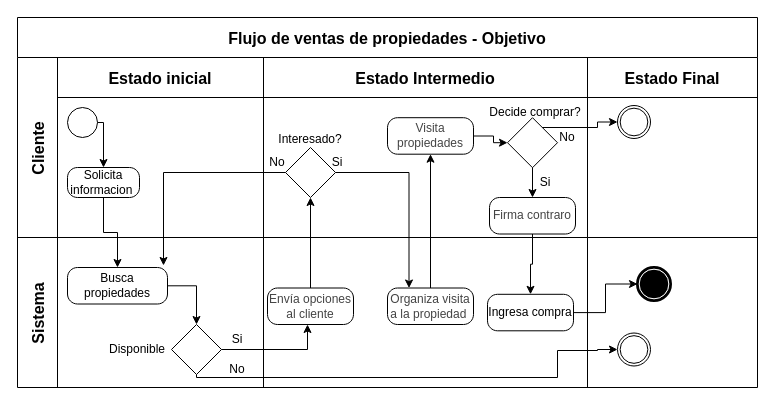
Earlier version of the draw.io diagram page "Ventas - objetivo" (2 of 6) of 1. Planear/Urbanos.drawio (SamuelMarinTobon/Urbani). Source tidied: cells renumbered, new cells numbered last; positions are measured from the earlier drawing's top-left corner, leaving out a move shared by most shapes. Both pictures are drawn from the tidied source at 100%, with x=0, y=0 at pixel (17, 17).
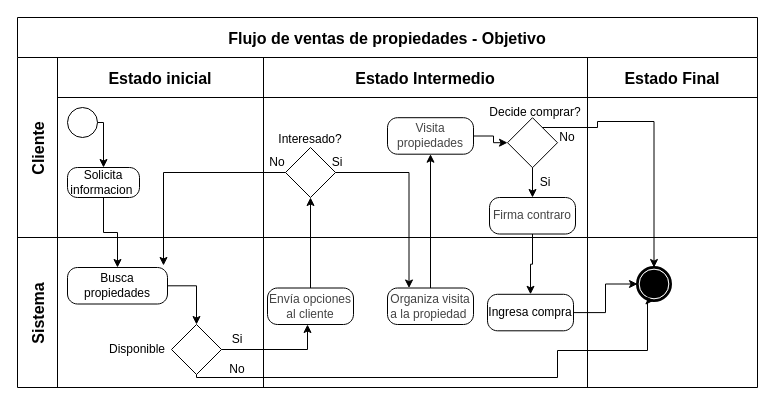
After the change.

The change refers to these unchanged cells:
```xml
<mxCell id="2" value="Flujo de ventas de propiedades - Objetivo" style="shape=table;childLayout=tableLayout;startSize=40;fontSize=16;fontStyle=1;" parent="1" vertex="1">
  <mxGeometry width="740" height="370" as="geometry" />
</mxCell>
<mxCell id="3" value="Cliente" style="shape=tableRow;horizontal=0;swimlaneHead=0;swimlaneBody=0;top=0;left=0;strokeColor=inherit;bottom=0;right=0;fontStyle=1;fillColor=none;startSize=40;fontSize=16;" parent="2" vertex="1">
  <mxGeometry y="40" width="740" height="180" as="geometry" />
</mxCell>
<mxCell id="14" style="points=[[0.25,0.25,0],[0.5,0,0],[0.75,0.25,0],[1,0.5,0],[0.75,0.75,0],[0.5,1,0],[0.25,0.75,0],[0,0.5,0]];shape=mxgraph.bpmn.gateway2;html=1;verticalLabelPosition=bottom;labelBackgroundColor=#ffffff;verticalAlign=top;align=center;perimeter=rhombusPerimeter;outlineConnect=0;outline=none;symbol=none;" parent="8" vertex="1">
  <mxGeometry x="244" y="60.2" width="50" height="50" as="geometry" />
</mxCell>
<mxCell id="21" value="Estado Final" style="swimlane;swimlaneHead=0;swimlaneBody=0;fontStyle=1;strokeColor=inherit;fillColor=none;startSize=40;fontSize=16;" parent="3" vertex="1">
  <mxGeometry x="570" width="170" height="180" as="geometry" />
</mxCell>
<mxCell id="24" value="Sistema" style="shape=tableRow;horizontal=0;swimlaneHead=0;swimlaneBody=0;top=0;left=0;strokeColor=inherit;bottom=0;right=0;fontStyle=1;fillColor=none;startSize=40;fontSize=16;" parent="2" vertex="1">
  <mxGeometry y="220" width="740" height="150" as="geometry" />
</mxCell>
<mxCell id="28" style="points=[[0.25,0.25,0],[0.5,0,0],[0.75,0.25,0],[1,0.5,0],[0.75,0.75,0],[0.5,1,0],[0.25,0.75,0],[0,0.5,0]];shape=mxgraph.bpmn.gateway2;html=1;verticalLabelPosition=bottom;labelBackgroundColor=#ffffff;verticalAlign=top;align=center;perimeter=rhombusPerimeter;outlineConnect=0;outline=none;symbol=none;" parent="25" vertex="1">
  <mxGeometry x="114" y="87" width="50" height="50" as="geometry" />
</mxCell>
<mxCell id="36" style="swimlane;swimlaneHead=0;swimlaneBody=0;fontStyle=1;strokeColor=inherit;fillColor=none;startSize=0;fontSize=16;" parent="24" vertex="1">
  <mxGeometry x="570" width="170" height="150" as="geometry" />
</mxCell>
<mxCell id="38" style="points=[[0.145,0.145,0],[0.5,0,0],[0.855,0.145,0],[1,0.5,0],[0.855,0.855,0],[0.5,1,0],[0.145,0.855,0],[0,0.5,0]];shape=mxgraph.bpmn.event;html=1;verticalLabelPosition=bottom;labelBackgroundColor=#ffffff;verticalAlign=top;align=center;perimeter=ellipsePerimeter;outlineConnect=0;outline=end;symbol=terminate;" parent="36" vertex="1">
  <mxGeometry x="50" y="30" width="33" height="33" as="geometry" />
</mxCell>
```

The edit, as a diff of the source:
```diff
@@
-    <mxCell id="22" style="points=[[0.145,0.145,0],[0.5,0,0],[0.855,0.145,0],[1,0.5,0],[0.855,0.855,0],[0.5,1,0],[0.145,0.855,0],[0,0.5,0]];shape=mxgraph.bpmn.event;html=1;verticalLabelPosition=bottom;labelBackgroundColor=#ffffff;verticalAlign=top;align=center;perimeter=ellipsePerimeter;outlineConnect=0;outline=throwing;symbol=general;" parent="21" vertex="1">
-      <mxGeometry x="30" y="48" width="33" height="33" as="geometry" />
-    </mxCell>
-    <mxCell id="23" style="edgeStyle=orthogonalEdgeStyle;rounded=0;jettySize=auto;html=1;entryX=0;entryY=0.5;entryDx=0;entryDy=0;entryPerimeter=0;" parent="3" edge="1" source="14" target="22">
-      <mxGeometry relative="1" as="geometry">
-        <Array as="points">
-          <mxPoint x="580" y="70" />
-          <mxPoint x="580" y="64" />
-        </Array>
-      </mxGeometry>
-    </mxCell>
@@
-    <mxCell id="37" style="points=[[0.145,0.145,0],[0.5,0,0],[0.855,0.145,0],[1,0.5,0],[0.855,0.855,0],[0.5,1,0],[0.145,0.855,0],[0,0.5,0]];shape=mxgraph.bpmn.event;html=1;verticalLabelPosition=bottom;labelBackgroundColor=#ffffff;verticalAlign=top;align=center;perimeter=ellipsePerimeter;outlineConnect=0;outline=throwing;symbol=general;" parent="36" vertex="1">
-      <mxGeometry x="30" y="95.5" width="33" height="33" as="geometry" />
-    </mxCell>
@@
-    <mxCell id="39" style="edgeStyle=orthogonalEdgeStyle;rounded=0;jettySize=auto;html=1;entryX=0;entryY=0.5;entryDx=0;entryDy=0;entryPerimeter=0;" parent="24" edge="1" source="28" target="37">
+    <mxCell id="39" style="edgeStyle=orthogonalEdgeStyle;rounded=0;jettySize=auto;html=1;entryX=0.5;entryY=1;entryDx=0;entryDy=0;entryPerimeter=0;" parent="24" edge="1" source="28" target="38">
       <mxGeometry relative="1" as="geometry">
         <Array as="points">
           <mxPoint x="179" y="140" />
           <mxPoint x="540" y="140" />
           <mxPoint x="540" y="113" />
-          <mxPoint x="580" y="113" />
+          <mxPoint x="630" y="113" />
+          <mxPoint x="630" y="63" />
         </Array>
       </mxGeometry>
     </mxCell>
@@
+    <mxCell id="23" style="edgeStyle=orthogonalEdgeStyle;rounded=0;jettySize=auto;html=1;entryX=0.5;entryY=0;entryDx=0;entryDy=0;entryPerimeter=0;" parent="2" edge="1" source="14" target="38">
+      <mxGeometry relative="1" as="geometry">
+        <Array as="points">
+          <mxPoint x="580" y="110" />
+          <mxPoint x="580" y="104" />
+          <mxPoint x="637" y="104" />
+        </Array>
+      </mxGeometry>
+    </mxCell>
```
